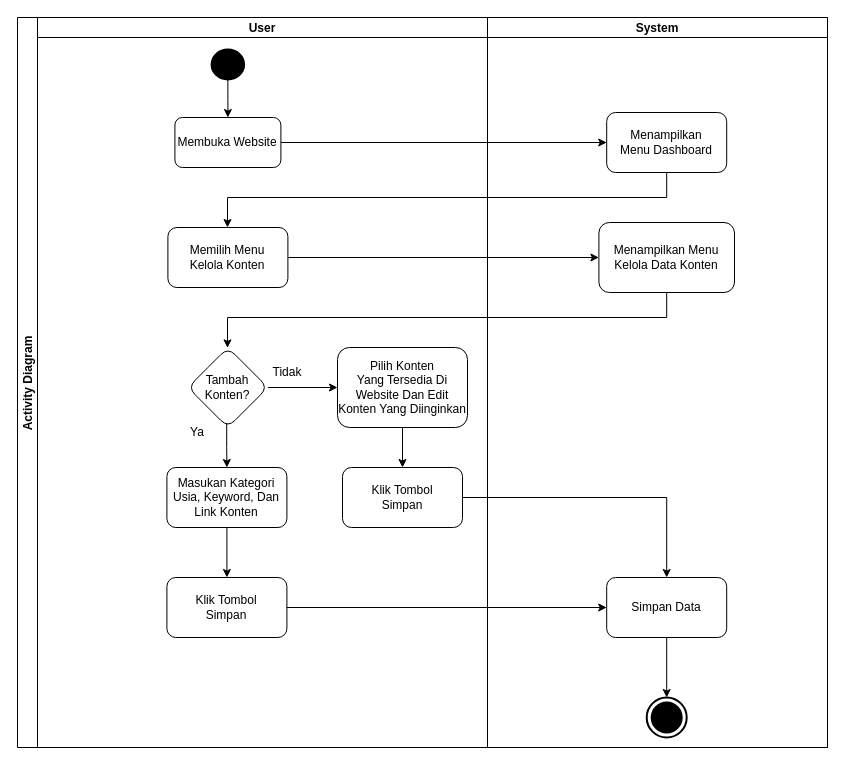
Before: Activity Diagram Admin Edit Konten.drawio in abdraiin/Sistem-Rekomendasi-Konten, a draw.io diagram. Source tidied: cells renumbered, new cells numbered last; positions are measured from the earlier drawing's top-left corner, leaving out a move shared by most shapes. Both pictures are drawn from the tidied source at 100%, with x=0, y=0 at pixel (17, 17).
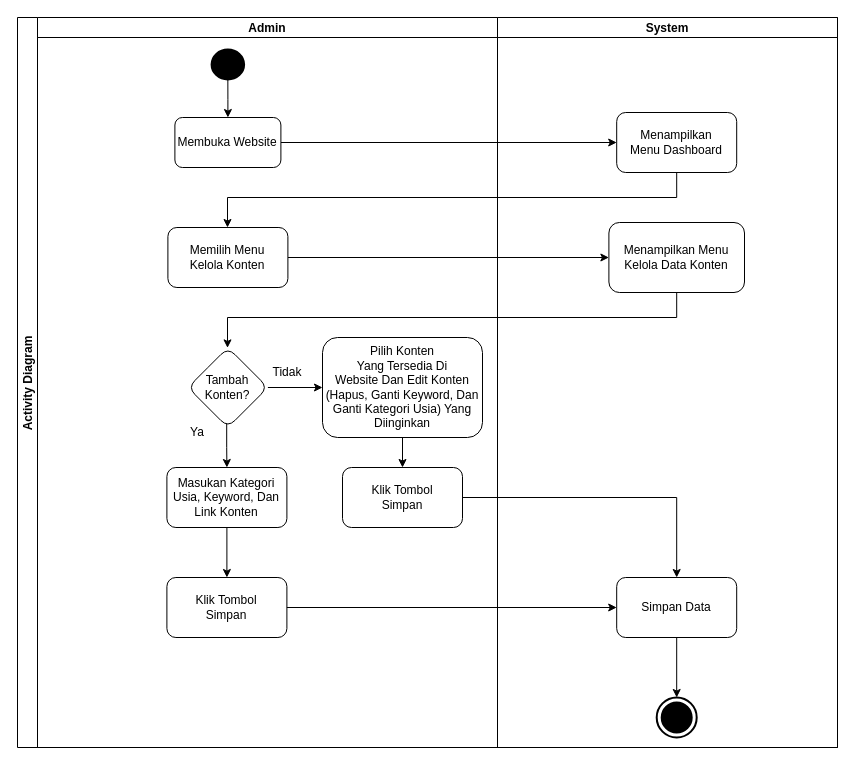
After the change.

The change refers to these unchanged cells:
```xml
<mxCell id="10" value="Memilih Menu&lt;div&gt;Kelola Konten&lt;/div&gt;" style="whiteSpace=wrap;html=1;rounded=1;" parent="6" vertex="1">
  <mxGeometry x="130.4" y="210" width="120" height="60" as="geometry" />
</mxCell>
<mxCell id="13" value="Tambah&lt;div&gt;Konten?&lt;/div&gt;" style="rhombus;whiteSpace=wrap;html=1;rounded=1;" parent="6" vertex="1">
  <mxGeometry x="150.4" y="330" width="80" height="80" as="geometry" />
</mxCell>
<mxCell id="23" value="Menampilkan&lt;div&gt;Menu Dashboard&lt;/div&gt;" style="rounded=1;whiteSpace=wrap;html=1;" parent="22" vertex="1">
  <mxGeometry x="119.2" y="95" width="120" height="60" as="geometry" />
</mxCell>
<mxCell id="24" value="Menampilkan Menu&lt;div&gt;Kelola Data Konten&lt;/div&gt;" style="whiteSpace=wrap;html=1;rounded=1;" parent="22" vertex="1">
  <mxGeometry x="111.4" y="205" width="135.6" height="70" as="geometry" />
</mxCell>
```

What changed in the source:
```diff
@@
     <mxCell id="2" value="Activity Diagram" style="swimlane;startSize=20;horizontal=0;" parent="1" vertex="1">
-      <mxGeometry width="810" height="730" as="geometry" />
+      <mxGeometry width="820" height="730" as="geometry" />
     </mxCell>
@@
     <mxCell id="4" style="edgeStyle=orthogonalEdgeStyle;rounded=0;jettySize=auto;html=1;" parent="2" edge="1" source="23" target="10">
       <mxGeometry relative="1" as="geometry">
         <Array as="points">
-          <mxPoint x="649" y="180" />
+          <mxPoint x="659" y="180" />
           <mxPoint x="210" y="180" />
         </Array>
       </mxGeometry>
     </mxCell>
@@
-    <mxCell id="6" value="User" style="swimlane;startSize=20;" parent="2" vertex="1">
-      <mxGeometry x="20" width="450" height="730" as="geometry" />
+    <mxCell id="6" value="Admin" style="swimlane;startSize=20;" parent="2" vertex="1">
+      <mxGeometry x="20" width="460" height="730" as="geometry" />
     </mxCell>
@@
-    <mxCell id="15" value="Pilih Konten&lt;div&gt;Yang Tersedia Di&lt;/div&gt;&lt;div&gt;Website Dan Edit Konten Yang Diinginkan&lt;/div&gt;" style="whiteSpace=wrap;html=1;rounded=1;" parent="6" vertex="1">
-      <mxGeometry x="300" y="330" width="130" height="80" as="geometry" />
+    <mxCell id="15" value="Pilih Konten&lt;div&gt;Yang Tersedia Di&lt;/div&gt;&lt;div&gt;Website Dan Edit Konten (Hapus, Ganti Keyword, Dan Ganti Kategori Usia) Yang Diinginkan&lt;/div&gt;" style="whiteSpace=wrap;html=1;rounded=1;" parent="6" vertex="1">
+      <mxGeometry x="285" y="320" width="160" height="100" as="geometry" />
     </mxCell>
@@
     <mxCell id="22" value="System" style="swimlane;startSize=20;" parent="2" vertex="1">
-      <mxGeometry x="470" width="340" height="730" as="geometry" />
+      <mxGeometry x="480" width="340" height="730" as="geometry" />
     </mxCell>
@@
     <mxCell id="28" style="edgeStyle=orthogonalEdgeStyle;rounded=0;jettySize=auto;html=1;" parent="2" edge="1" source="24" target="13">
       <mxGeometry relative="1" as="geometry">
         <Array as="points">
-          <mxPoint x="649" y="300" />
+          <mxPoint x="659" y="300" />
           <mxPoint x="210" y="300" />
         </Array>
       </mxGeometry>
     </mxCell>
```
